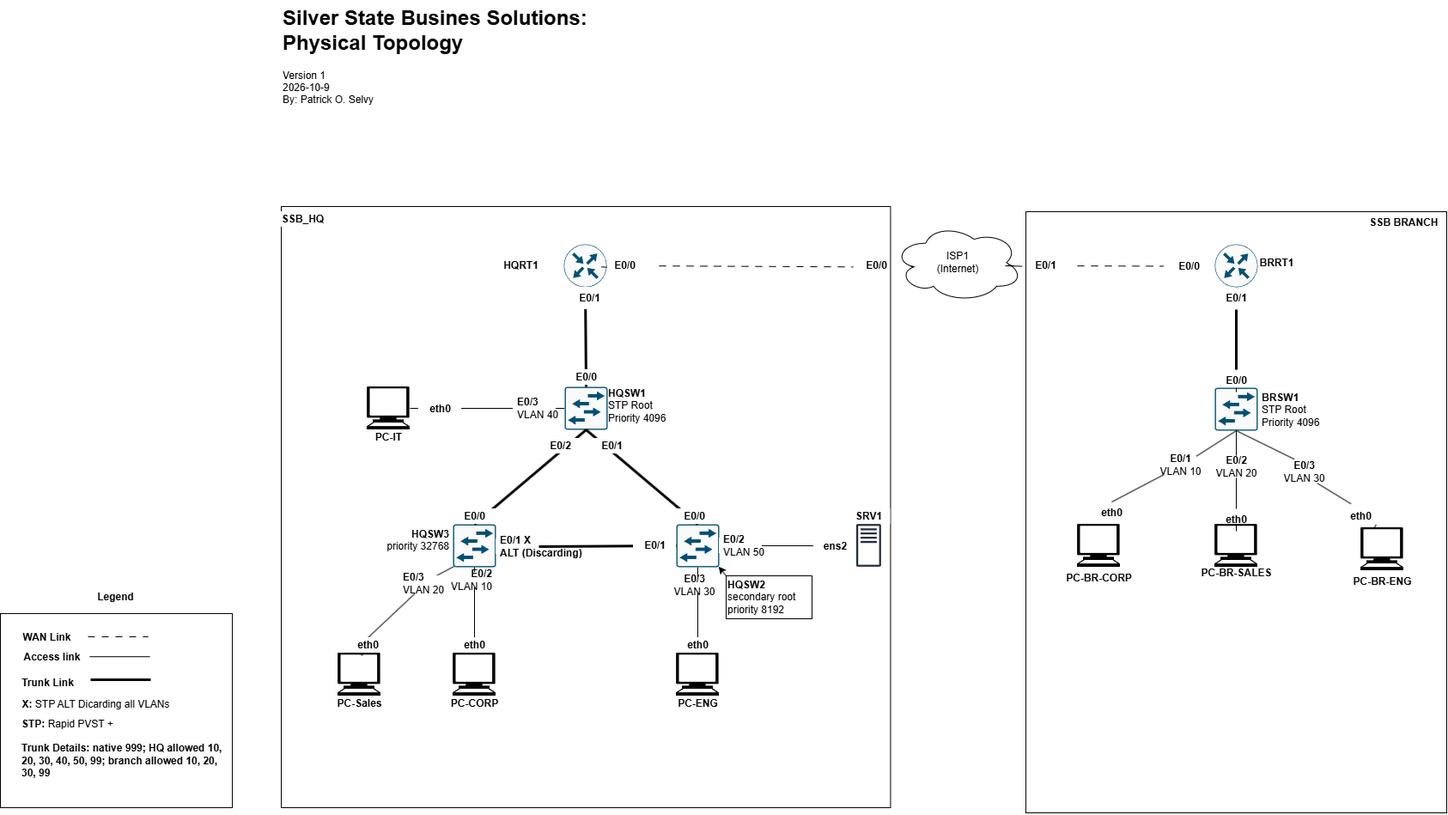
poselvy-ai/Network-Labs keeps this draw.io diagram as 01_Silver_State_Business/design/diamgrams/SSB_Phyiscal_Network_Diagram.png. Above is the earlier version. Source tidied: cells renumbered, new cells last; positions are measured from the earlier drawing's top-left corner, leaving out a move shared by most shapes.
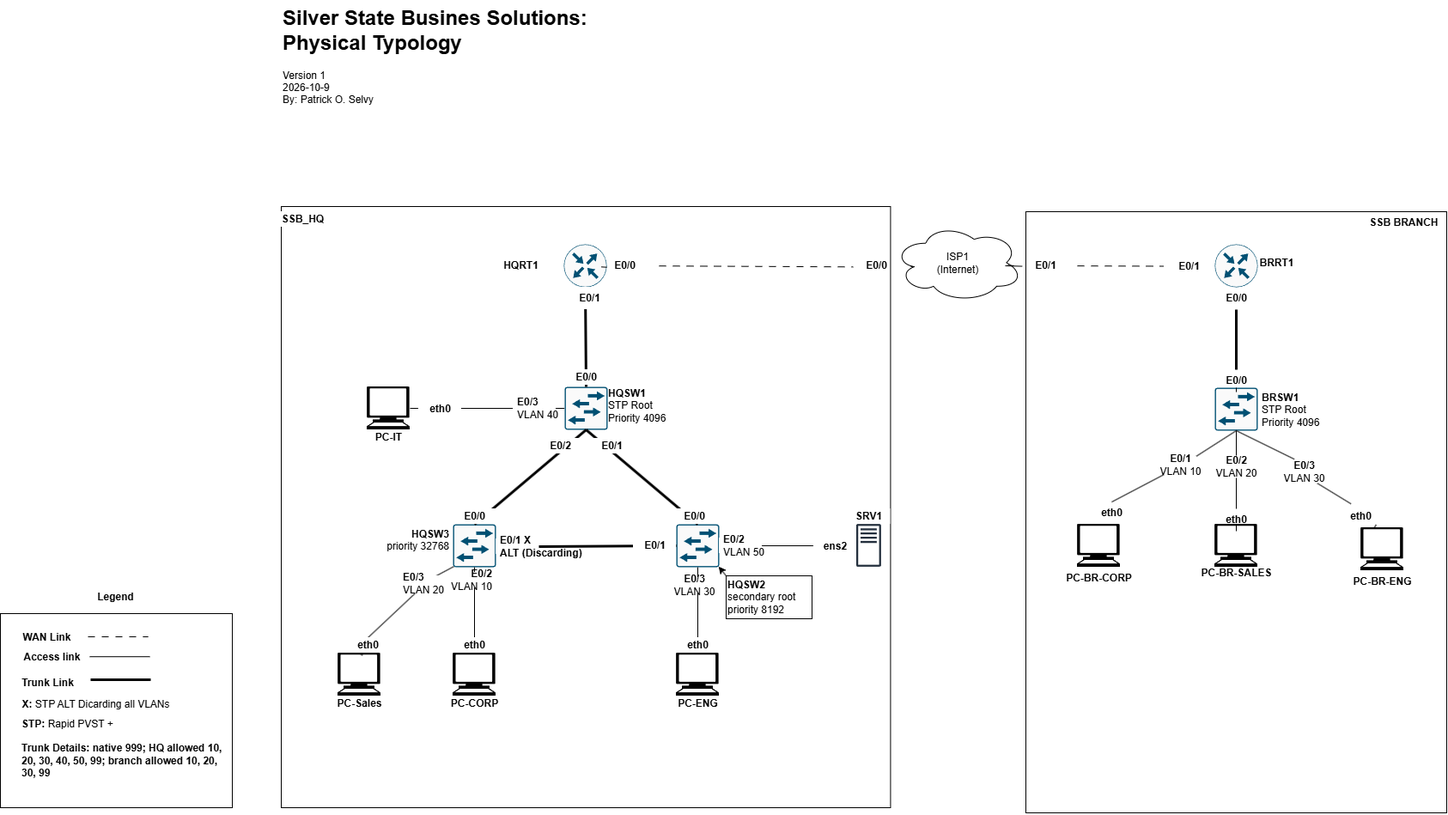
After the change.

The edit, as a diff of the source:
```diff
@@ -257,7 +257,7 @@
     <mxCell id="86" style="endArrow=none;html=1;rounded=0;exitX=0.5;exitY=0;exitDx=0;exitDy=0;exitPerimeter=0;entryX=0.5;entryY=1;entryDx=0;entryDy=0;entryPerimeter=0;strokeWidth=3;" parent="1" edge="1" source="70" target="87">
       <mxGeometry relative="1" as="geometry" />
     </mxCell>
-    <mxCell id="87" value="E0/1" style="text;align=center;fontStyle=1;verticalAlign=middle;spacingLeft=3;spacingRight=3;strokeColor=none;points=[[0,0.5],[1,0.5]];portConstraint=eastwest;html=1;" parent="1" vertex="1">
+    <mxCell id="87" value="E0/0" style="text;align=center;fontStyle=1;verticalAlign=middle;spacingLeft=3;spacingRight=3;strokeColor=none;points=[[0,0.5],[1,0.5]];portConstraint=eastwest;html=1;" parent="1" vertex="1">
       <mxGeometry x="1399" y="334" width="80" height="26" as="geometry" />
     </mxCell>
     <mxCell id="88" style="shape=mxgraph.signs.tech.computer;html=1;fillColor=#000000;strokeColor=none;verticalLabelPosition=bottom;verticalAlign=top;align=center;" parent="1" vertex="1">
@@ -277,7 +277,7 @@
     <mxCell id="92" style="endArrow=none;html=1;rounded=0;entryX=0;entryY=0.5;entryDx=0;entryDy=0;entryPerimeter=0;dashed=1;dashPattern=8 8;" parent="1" edge="1" source="96" target="93">
       <mxGeometry relative="1" as="geometry" />
     </mxCell>
-    <mxCell id="93" value="E0/0" style="text;align=center;fontStyle=1;verticalAlign=middle;spacingLeft=3;spacingRight=3;strokeColor=none;points=[[0,0.5],[1,0.5]];portConstraint=eastwest;html=1;" parent="1" vertex="1">
+    <mxCell id="93" value="E0/1" style="text;align=center;fontStyle=1;verticalAlign=middle;spacingLeft=3;spacingRight=3;strokeColor=none;points=[[0,0.5],[1,0.5]];portConstraint=eastwest;html=1;" parent="1" vertex="1">
       <mxGeometry x="1354" y="296.5" width="60" height="26" as="geometry" />
     </mxCell>
     <mxCell id="94" value="SSB BRANCH" style="text;align=center;fontStyle=1;verticalAlign=middle;spacingLeft=3;spacingRight=3;strokeColor=none;html=1;" parent="1" vertex="1">
@@ -333,7 +333,7 @@
     <mxCell id="107" value="STP: &lt;span style=&quot;font-weight: normal;&quot;&gt;Rapid PVST +&lt;/span&gt;&lt;br&gt;&lt;br&gt;&lt;div&gt;Trunk Details:&amp;nbsp;native 999; HQ allowed 10,&amp;nbsp;&lt;div&gt;20, 30, 40, 50, 99; branch allowed 10, 20,&amp;nbsp;&lt;/div&gt;&lt;div&gt;30, 99&lt;/div&gt;&lt;/div&gt;" style="text;align=left;fontStyle=1;verticalAlign=middle;spacingLeft=3;spacingRight=3;strokeColor=none;html=1;fillColor=default;" parent="1" vertex="1">
       <mxGeometry x="20" y="855.9" width="50" height="30.1" as="geometry" />
     </mxCell>
-    <mxCell id="108" value="&lt;h1 style=&quot;margin-top: 0px;&quot;&gt;Silver State Busines Solutions: Physical Topology&lt;/h1&gt;&lt;p&gt;Version 1&lt;br&gt;2026-10-9&lt;br&gt;By: Patrick O. Selvy&lt;/p&gt;" style="text;html=1;whiteSpace=wrap;overflow=hidden;rounded=0;" parent="1" vertex="1">
+    <mxCell id="108" value="&lt;h1 style=&quot;margin-top: 0px;&quot;&gt;Silver State Busines Solutions: Physical Typology&lt;/h1&gt;&lt;p&gt;Version 1&lt;br&gt;2026-10-9&lt;br&gt;By: Patrick O. Selvy&lt;/p&gt;" style="text;html=1;whiteSpace=wrap;overflow=hidden;rounded=0;" parent="1" vertex="1">
       <mxGeometry x="327" width="440" height="120" as="geometry" />
     </mxCell>
   </root>
```
